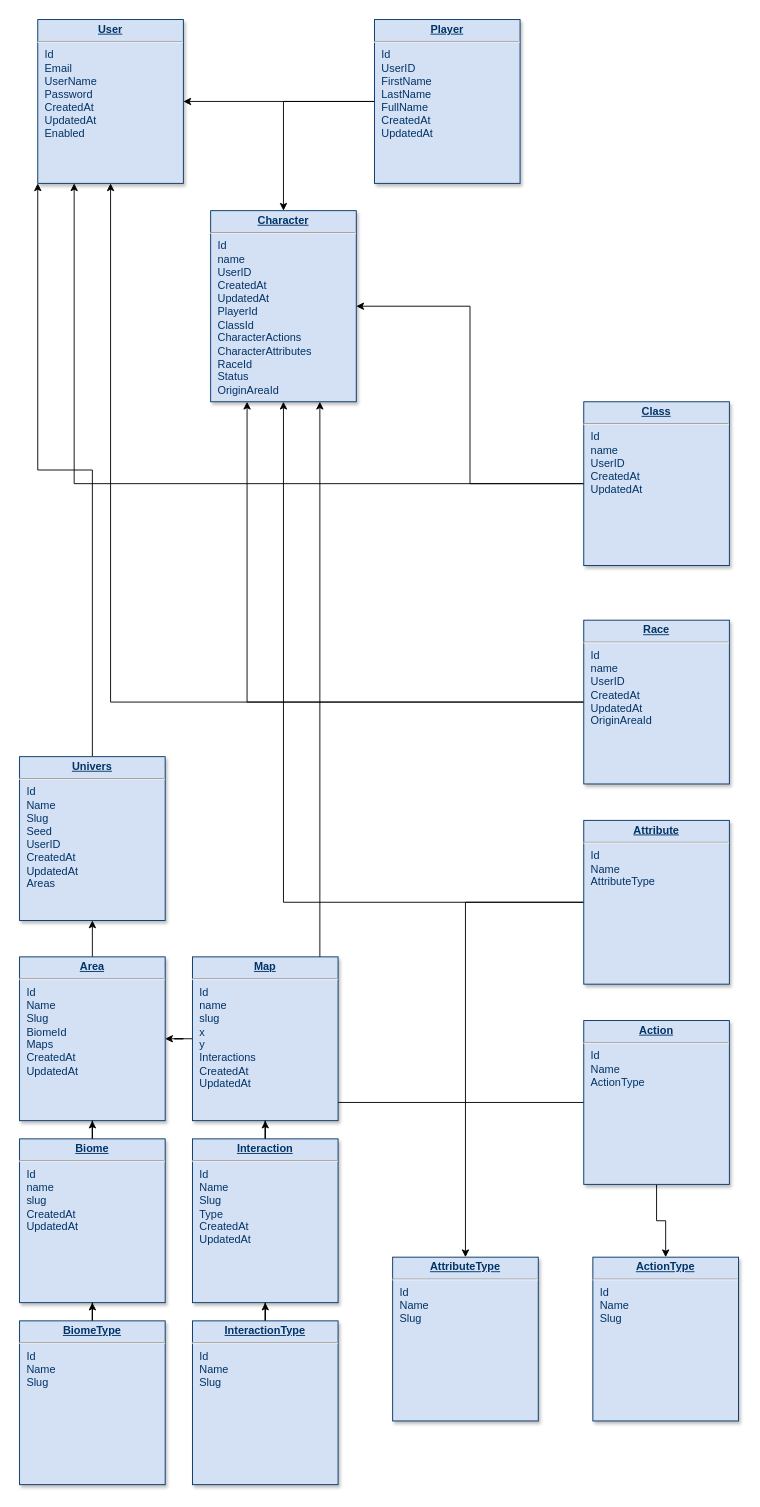
Above: Diagramme Quest Creator.drawio in titouanthd/quest_creator (draw.io), before the change. Source tidied: cells renumbered, new cells numbered last; positions are measured from the earlier drawing's top-left corner, leaving out a move shared by most shapes. Both pictures are drawn from the tidied source at 91%, with x=0, y=0 at pixel (19, 19).
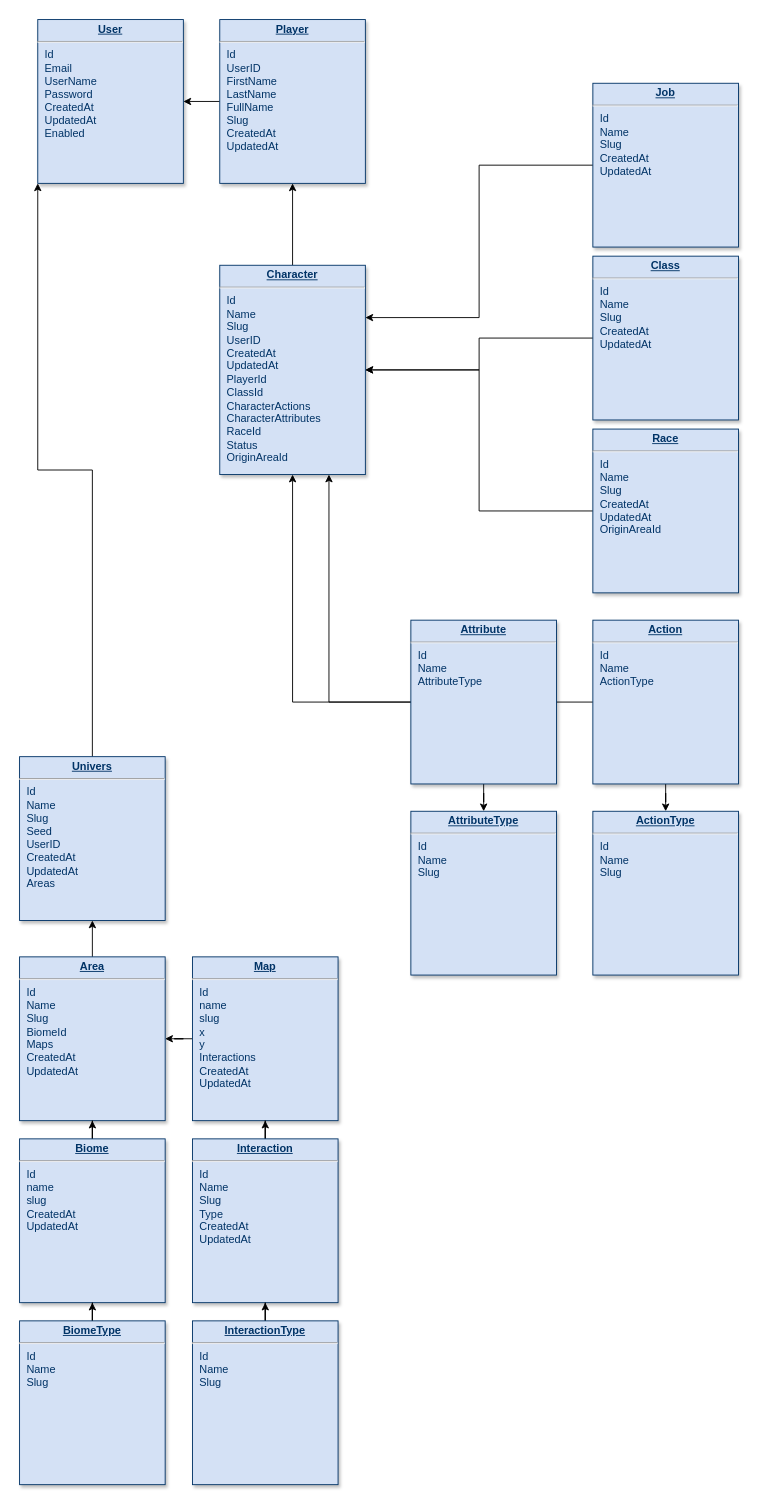
After the change.

Commit message (it also covers changes not shown here):
Mettre à jour Diagramme Quest Creator.drawio

The change refers to these unchanged cells:
```xml
<mxCell id="2" value="&lt;p style=&quot;margin: 0px; margin-top: 4px; text-align: center; text-decoration: underline;&quot;&gt;&lt;strong&gt;User&lt;/strong&gt;&lt;/p&gt;&lt;hr&gt;&lt;p style=&quot;margin: 0px; margin-left: 8px;&quot;&gt;Id&lt;/p&gt;&lt;p style=&quot;margin: 0px; margin-left: 8px;&quot;&gt;&lt;span style=&quot;background-color: initial;&quot;&gt;Email&lt;/span&gt;&lt;br&gt;&lt;/p&gt;&lt;p style=&quot;margin: 0px; margin-left: 8px;&quot;&gt;UserName&lt;/p&gt;&lt;p style=&quot;margin: 0px; margin-left: 8px;&quot;&gt;Password&lt;/p&gt;&lt;p style=&quot;margin: 0px; margin-left: 8px;&quot;&gt;CreatedAt&lt;/p&gt;&lt;p style=&quot;margin: 0px; margin-left: 8px;&quot;&gt;UpdatedAt&lt;/p&gt;&lt;p style=&quot;margin: 0px; margin-left: 8px;&quot;&gt;Enabled&lt;/p&gt;" style="verticalAlign=top;align=left;overflow=fill;fontSize=12;fontFamily=Helvetica;html=1;strokeColor=#003366;shadow=1;fillColor=#D4E1F5;fontColor=#003366;" parent="1" vertex="1">
  <mxGeometry x="20" width="160" height="180" as="geometry" />
</mxCell>
```

What changed in the source:
```diff
@@
-    <mxCell id="4" style="edgeStyle=orthogonalEdgeStyle;rounded=0;jettySize=auto;html=1;" parent="1" edge="1" source="5" target="16">
-      <mxGeometry relative="1" as="geometry" />
-    </mxCell>
-    <mxCell id="5" value="&lt;p style=&quot;margin: 0px; margin-top: 4px; text-align: center; text-decoration: underline;&quot;&gt;&lt;b&gt;Player&lt;/b&gt;&lt;/p&gt;&lt;hr&gt;&lt;p style=&quot;margin: 0px; margin-left: 8px;&quot;&gt;&lt;span style=&quot;background-color: initial;&quot;&gt;Id&lt;/span&gt;&lt;br&gt;&lt;/p&gt;&lt;p style=&quot;margin: 0px; margin-left: 8px;&quot;&gt;&lt;span style=&quot;background-color: initial;&quot;&gt;UserID&lt;/span&gt;&lt;/p&gt;&lt;p style=&quot;margin: 0px; margin-left: 8px;&quot;&gt;FirstName&lt;/p&gt;&lt;p style=&quot;margin: 0px; margin-left: 8px;&quot;&gt;LastName&lt;/p&gt;&lt;p style=&quot;margin: 0px; margin-left: 8px;&quot;&gt;FullName&lt;br&gt;&lt;/p&gt;&lt;p style=&quot;margin: 0px; margin-left: 8px;&quot;&gt;CreatedAt&lt;/p&gt;&lt;p style=&quot;margin: 0px; margin-left: 8px;&quot;&gt;UpdatedAt&lt;/p&gt;" style="verticalAlign=top;align=left;overflow=fill;fontSize=12;fontFamily=Helvetica;html=1;strokeColor=#003366;shadow=1;fillColor=#D4E1F5;fontColor=#003366;" parent="1" vertex="1">
-      <mxGeometry x="390" width="160" height="180" as="geometry" />
+    <mxCell id="5" value="&lt;p style=&quot;margin: 0px; margin-top: 4px; text-align: center; text-decoration: underline;&quot;&gt;&lt;b&gt;Player&lt;/b&gt;&lt;/p&gt;&lt;hr&gt;&lt;p style=&quot;margin: 0px; margin-left: 8px;&quot;&gt;&lt;span style=&quot;background-color: initial;&quot;&gt;Id&lt;/span&gt;&lt;br&gt;&lt;/p&gt;&lt;p style=&quot;margin: 0px; margin-left: 8px;&quot;&gt;&lt;span style=&quot;background-color: initial;&quot;&gt;UserID&lt;/span&gt;&lt;/p&gt;&lt;p style=&quot;margin: 0px; margin-left: 8px;&quot;&gt;FirstName&lt;/p&gt;&lt;p style=&quot;margin: 0px; margin-left: 8px;&quot;&gt;LastName&lt;/p&gt;&lt;p style=&quot;margin: 0px; margin-left: 8px;&quot;&gt;FullName&lt;br&gt;&lt;/p&gt;&lt;p style=&quot;margin: 0px; margin-left: 8px;&quot;&gt;Slug&lt;/p&gt;&lt;p style=&quot;margin: 0px; margin-left: 8px;&quot;&gt;CreatedAt&lt;/p&gt;&lt;p style=&quot;margin: 0px; margin-left: 8px;&quot;&gt;UpdatedAt&lt;/p&gt;" style="verticalAlign=top;align=left;overflow=fill;fontSize=12;fontFamily=Helvetica;html=1;strokeColor=#003366;shadow=1;fillColor=#D4E1F5;fontColor=#003366;" parent="1" vertex="1">
+      <mxGeometry x="220" width="160" height="180" as="geometry" />
     </mxCell>
-    <mxCell id="6" style="edgeStyle=orthogonalEdgeStyle;rounded=0;jettySize=auto;html=1;" parent="1" edge="1" source="8" target="2">
-      <mxGeometry relative="1" as="geometry" />
-    </mxCell>
-    <mxCell id="7" style="edgeStyle=orthogonalEdgeStyle;rounded=0;jettySize=auto;html=1;entryX=0.25;entryY=1;entryDx=0;entryDy=0;" parent="1" edge="1" source="8" target="16">
+    <mxCell id="7" style="edgeStyle=orthogonalEdgeStyle;rounded=0;jettySize=auto;html=1;entryX=1;entryY=0.5;entryDx=0;entryDy=0;" parent="1" edge="1" source="8" target="16">
       <mxGeometry relative="1" as="geometry" />
     </mxCell>
-    <mxCell id="8" value="&lt;p style=&quot;margin: 0px; margin-top: 4px; text-align: center; text-decoration: underline;&quot;&gt;&lt;b&gt;Race&lt;/b&gt;&lt;/p&gt;&lt;hr&gt;&lt;p style=&quot;margin: 0px; margin-left: 8px;&quot;&gt;&lt;span style=&quot;background-color: initial;&quot;&gt;Id&lt;/span&gt;&lt;br&gt;&lt;/p&gt;&lt;p style=&quot;margin: 0px; margin-left: 8px;&quot;&gt;&lt;span style=&quot;background-color: initial;&quot;&gt;name&lt;/span&gt;&lt;/p&gt;&lt;p style=&quot;margin: 0px; margin-left: 8px;&quot;&gt;&lt;span style=&quot;background-color: initial;&quot;&gt;UserID&lt;/span&gt;&lt;/p&gt;&lt;p style=&quot;margin: 0px; margin-left: 8px;&quot;&gt;CreatedAt&lt;/p&gt;&lt;p style=&quot;margin: 0px; margin-left: 8px;&quot;&gt;UpdatedAt&lt;br&gt;OriginAreaId&lt;br&gt;&lt;br&gt;&lt;/p&gt;" style="verticalAlign=top;align=left;overflow=fill;fontSize=12;fontFamily=Helvetica;html=1;strokeColor=#003366;shadow=1;fillColor=#D4E1F5;fontColor=#003366;" parent="1" vertex="1">
-      <mxGeometry x="620" y="660" width="160" height="180" as="geometry" />
+    <mxCell id="8" value="&lt;p style=&quot;margin: 0px; margin-top: 4px; text-align: center; text-decoration: underline;&quot;&gt;&lt;b&gt;Race&lt;/b&gt;&lt;/p&gt;&lt;hr&gt;&lt;p style=&quot;margin: 0px; margin-left: 8px;&quot;&gt;&lt;span style=&quot;background-color: initial;&quot;&gt;Id&lt;/span&gt;&lt;br&gt;&lt;/p&gt;&lt;p style=&quot;margin: 0px; margin-left: 8px;&quot;&gt;&lt;span style=&quot;background-color: initial;&quot;&gt;Name&lt;/span&gt;&lt;/p&gt;&lt;p style=&quot;margin: 0px; margin-left: 8px;&quot;&gt;&lt;span style=&quot;background-color: initial;&quot;&gt;Slug&lt;/span&gt;&lt;/p&gt;&lt;p style=&quot;margin: 0px; margin-left: 8px;&quot;&gt;CreatedAt&lt;/p&gt;&lt;p style=&quot;margin: 0px; margin-left: 8px;&quot;&gt;UpdatedAt&lt;br&gt;OriginAreaId&lt;br&gt;&lt;br&gt;&lt;/p&gt;" style="verticalAlign=top;align=left;overflow=fill;fontSize=12;fontFamily=Helvetica;html=1;strokeColor=#003366;shadow=1;fillColor=#D4E1F5;fontColor=#003366;" parent="1" vertex="1">
+      <mxGeometry x="630" y="450" width="160" height="180" as="geometry" />
     </mxCell>
-    <mxCell id="9" style="edgeStyle=orthogonalEdgeStyle;rounded=0;jettySize=auto;html=1;entryX=0.25;entryY=1;entryDx=0;entryDy=0;" parent="1" edge="1" source="11" target="2">
-      <mxGeometry relative="1" as="geometry" />
-    </mxCell>
@@
-    <mxCell id="11" value="&lt;p style=&quot;margin: 0px; margin-top: 4px; text-align: center; text-decoration: underline;&quot;&gt;&lt;b&gt;Class&lt;/b&gt;&lt;/p&gt;&lt;hr&gt;&lt;p style=&quot;margin: 0px; margin-left: 8px;&quot;&gt;&lt;span style=&quot;background-color: initial;&quot;&gt;Id&lt;/span&gt;&lt;br&gt;&lt;/p&gt;&lt;p style=&quot;margin: 0px; margin-left: 8px;&quot;&gt;&lt;span style=&quot;background-color: initial;&quot;&gt;name&lt;/span&gt;&lt;/p&gt;&lt;p style=&quot;margin: 0px; margin-left: 8px;&quot;&gt;&lt;span style=&quot;background-color: initial;&quot;&gt;UserID&lt;/span&gt;&lt;/p&gt;&lt;p style=&quot;margin: 0px; margin-left: 8px;&quot;&gt;CreatedAt&lt;/p&gt;&lt;p style=&quot;margin: 0px; margin-left: 8px;&quot;&gt;UpdatedAt&lt;/p&gt;" style="verticalAlign=top;align=left;overflow=fill;fontSize=12;fontFamily=Helvetica;html=1;strokeColor=#003366;shadow=1;fillColor=#D4E1F5;fontColor=#003366;" parent="1" vertex="1">
-      <mxGeometry x="620" y="420" width="160" height="180" as="geometry" />
+    <mxCell id="11" value="&lt;p style=&quot;margin: 0px; margin-top: 4px; text-align: center; text-decoration: underline;&quot;&gt;&lt;b&gt;Class&lt;/b&gt;&lt;/p&gt;&lt;hr&gt;&lt;p style=&quot;margin: 0px; margin-left: 8px;&quot;&gt;&lt;span style=&quot;background-color: initial;&quot;&gt;Id&lt;/span&gt;&lt;br&gt;&lt;/p&gt;&lt;p style=&quot;margin: 0px; margin-left: 8px;&quot;&gt;&lt;span style=&quot;background-color: initial;&quot;&gt;Name&lt;/span&gt;&lt;/p&gt;&lt;p style=&quot;margin: 0px; margin-left: 8px;&quot;&gt;&lt;span style=&quot;background-color: initial;&quot;&gt;Slug&lt;/span&gt;&lt;/p&gt;&lt;p style=&quot;margin: 0px; margin-left: 8px;&quot;&gt;CreatedAt&lt;/p&gt;&lt;p style=&quot;margin: 0px; margin-left: 8px;&quot;&gt;UpdatedAt&lt;/p&gt;" style="verticalAlign=top;align=left;overflow=fill;fontSize=12;fontFamily=Helvetica;html=1;strokeColor=#003366;shadow=1;fillColor=#D4E1F5;fontColor=#003366;" parent="1" vertex="1">
+      <mxGeometry x="630" y="260" width="160" height="180" as="geometry" />
     </mxCell>
@@
+    <mxCell id="35" style="edgeStyle=orthogonalEdgeStyle;rounded=0;jettySize=auto;html=1;entryX=0.5;entryY=1;entryDx=0;entryDy=0;" parent="1" edge="1" source="16" target="5">
+      <mxGeometry relative="1" as="geometry" />
+    </mxCell>
-    <mxCell id="16" value="&lt;p style=&quot;margin: 0px; margin-top: 4px; text-align: center; text-decoration: underline;&quot;&gt;&lt;b&gt;Character&lt;/b&gt;&lt;/p&gt;&lt;hr&gt;&lt;p style=&quot;margin: 0px; margin-left: 8px;&quot;&gt;&lt;span style=&quot;background-color: initial;&quot;&gt;Id&lt;/span&gt;&lt;br&gt;&lt;/p&gt;&lt;p style=&quot;margin: 0px; margin-left: 8px;&quot;&gt;&lt;span style=&quot;background-color: initial;&quot;&gt;name&lt;/span&gt;&lt;/p&gt;&lt;p style=&quot;margin: 0px; margin-left: 8px;&quot;&gt;&lt;span style=&quot;background-color: initial;&quot;&gt;UserID&lt;/span&gt;&lt;/p&gt;&lt;p style=&quot;margin: 0px; margin-left: 8px;&quot;&gt;CreatedAt&lt;/p&gt;&lt;p style=&quot;margin: 0px; margin-left: 8px;&quot;&gt;UpdatedAt&lt;br&gt;PlayerId&lt;br&gt;ClassId&lt;br&gt;CharacterActions&lt;br&gt;CharacterAttributes&lt;br&gt;RaceId&lt;br&gt;Status&lt;br&gt;OriginAreaId&lt;/p&gt;" style="verticalAlign=top;align=left;overflow=fill;fontSize=12;fontFamily=Helvetica;html=1;strokeColor=#003366;shadow=1;fillColor=#D4E1F5;fontColor=#003366;" parent="1" vertex="1">
-      <mxGeometry x="210" y="210" width="160" height="210" as="geometry" />
+    <mxCell id="16" value="&lt;p style=&quot;margin: 0px; margin-top: 4px; text-align: center; text-decoration: underline;&quot;&gt;&lt;b&gt;Character&lt;/b&gt;&lt;/p&gt;&lt;hr&gt;&lt;p style=&quot;margin: 0px; margin-left: 8px;&quot;&gt;&lt;span style=&quot;background-color: initial;&quot;&gt;Id&lt;/span&gt;&lt;br&gt;&lt;/p&gt;&lt;p style=&quot;margin: 0px; margin-left: 8px;&quot;&gt;&lt;span style=&quot;background-color: initial;&quot;&gt;Name&lt;/span&gt;&lt;/p&gt;&lt;p style=&quot;margin: 0px; margin-left: 8px;&quot;&gt;&lt;span style=&quot;background-color: initial;&quot;&gt;Slug&lt;/span&gt;&lt;/p&gt;&lt;p style=&quot;margin: 0px; margin-left: 8px;&quot;&gt;&lt;span style=&quot;background-color: initial;&quot;&gt;UserID&lt;/span&gt;&lt;/p&gt;&lt;p style=&quot;margin: 0px; margin-left: 8px;&quot;&gt;CreatedAt&lt;/p&gt;&lt;p style=&quot;margin: 0px; margin-left: 8px;&quot;&gt;UpdatedAt&lt;br&gt;PlayerId&lt;br&gt;ClassId&lt;br&gt;CharacterActions&lt;br&gt;CharacterAttributes&lt;br&gt;RaceId&lt;br&gt;Status&lt;br&gt;OriginAreaId&lt;/p&gt;" style="verticalAlign=top;align=left;overflow=fill;fontSize=12;fontFamily=Helvetica;html=1;strokeColor=#003366;shadow=1;fillColor=#D4E1F5;fontColor=#003366;" parent="1" vertex="1">
+      <mxGeometry x="220" y="270" width="160" height="230" as="geometry" />
     </mxCell>
@@
     <mxCell id="19" value="&lt;p style=&quot;margin: 0px; margin-top: 4px; text-align: center; text-decoration: underline;&quot;&gt;&lt;b&gt;Action&lt;/b&gt;&lt;/p&gt;&lt;hr&gt;&lt;p style=&quot;margin: 0px; margin-left: 8px;&quot;&gt;&lt;span style=&quot;background-color: initial;&quot;&gt;Id&lt;br&gt;Name&lt;br&gt;ActionType&lt;/span&gt;&lt;/p&gt;" style="verticalAlign=top;align=left;overflow=fill;fontSize=12;fontFamily=Helvetica;html=1;strokeColor=#003366;shadow=1;fillColor=#D4E1F5;fontColor=#003366;" parent="1" vertex="1">
-      <mxGeometry x="620" y="1100" width="160" height="180" as="geometry" />
+      <mxGeometry x="630" y="660" width="160" height="180" as="geometry" />
     </mxCell>
@@
     <mxCell id="22" value="&lt;p style=&quot;margin: 0px; margin-top: 4px; text-align: center; text-decoration: underline;&quot;&gt;&lt;b&gt;Attribute&lt;/b&gt;&lt;/p&gt;&lt;hr&gt;&lt;p style=&quot;margin: 0px; margin-left: 8px;&quot;&gt;&lt;span style=&quot;background-color: initial;&quot;&gt;Id&lt;/span&gt;&lt;/p&gt;&lt;p style=&quot;margin: 0px; margin-left: 8px;&quot;&gt;&lt;span style=&quot;background-color: initial;&quot;&gt;Name&lt;/span&gt;&lt;/p&gt;&lt;p style=&quot;margin: 0px; margin-left: 8px;&quot;&gt;&lt;span style=&quot;background-color: initial;&quot;&gt;AttributeType&lt;/span&gt;&lt;/p&gt;" style="verticalAlign=top;align=left;overflow=fill;fontSize=12;fontFamily=Helvetica;html=1;strokeColor=#003366;shadow=1;fillColor=#D4E1F5;fontColor=#003366;" parent="1" vertex="1">
-      <mxGeometry x="620" y="880" width="160" height="180" as="geometry" />
+      <mxGeometry x="430" y="660" width="160" height="180" as="geometry" />
     </mxCell>
     <mxCell id="23" value="&lt;p style=&quot;margin: 0px; margin-top: 4px; text-align: center; text-decoration: underline;&quot;&gt;&lt;b&gt;AttributeType&lt;/b&gt;&lt;/p&gt;&lt;hr&gt;&lt;p style=&quot;margin: 0px; margin-left: 8px;&quot;&gt;&lt;span style=&quot;background-color: initial;&quot;&gt;Id&lt;/span&gt;&lt;/p&gt;&lt;p style=&quot;margin: 0px; margin-left: 8px;&quot;&gt;&lt;span style=&quot;background-color: initial;&quot;&gt;Name&lt;/span&gt;&lt;/p&gt;&lt;p style=&quot;margin: 0px; margin-left: 8px;&quot;&gt;&lt;span style=&quot;background-color: initial;&quot;&gt;Slug&lt;/span&gt;&lt;/p&gt;" style="verticalAlign=top;align=left;overflow=fill;fontSize=12;fontFamily=Helvetica;html=1;strokeColor=#003366;shadow=1;fillColor=#D4E1F5;fontColor=#003366;" parent="1" vertex="1">
-      <mxGeometry x="410" y="1360" width="160" height="180" as="geometry" />
+      <mxGeometry x="430" y="870" width="160" height="180" as="geometry" />
     </mxCell>
     <mxCell id="24" value="&lt;p style=&quot;margin: 0px; margin-top: 4px; text-align: center; text-decoration: underline;&quot;&gt;&lt;b&gt;ActionType&lt;/b&gt;&lt;/p&gt;&lt;hr&gt;&lt;p style=&quot;margin: 0px; margin-left: 8px;&quot;&gt;&lt;span style=&quot;background-color: initial;&quot;&gt;Id&lt;br&gt;Name&lt;br&gt;&lt;/span&gt;&lt;/p&gt;&lt;p style=&quot;margin: 0px; margin-left: 8px;&quot;&gt;&lt;span style=&quot;background-color: initial;&quot;&gt;Slug&lt;/span&gt;&lt;/p&gt;" style="verticalAlign=top;align=left;overflow=fill;fontSize=12;fontFamily=Helvetica;html=1;strokeColor=#003366;shadow=1;fillColor=#D4E1F5;fontColor=#003366;" parent="1" vertex="1">
-      <mxGeometry x="630" y="1360" width="160" height="180" as="geometry" />
+      <mxGeometry x="630" y="870" width="160" height="180" as="geometry" />
     </mxCell>
@@
+    <mxCell id="36" style="edgeStyle=orthogonalEdgeStyle;rounded=0;jettySize=auto;html=1;entryX=1;entryY=0.25;entryDx=0;entryDy=0;" parent="1" edge="1" source="37" target="16">
+      <mxGeometry relative="1" as="geometry" />
+    </mxCell>
+    <mxCell id="37" value="&lt;p style=&quot;margin: 0px; margin-top: 4px; text-align: center; text-decoration: underline;&quot;&gt;&lt;b&gt;Job&lt;/b&gt;&lt;/p&gt;&lt;hr&gt;&lt;p style=&quot;margin: 0px; margin-left: 8px;&quot;&gt;&lt;span style=&quot;background-color: initial;&quot;&gt;Id&lt;/span&gt;&lt;br&gt;&lt;/p&gt;&lt;p style=&quot;margin: 0px; margin-left: 8px;&quot;&gt;&lt;span style=&quot;background-color: initial;&quot;&gt;Name&lt;/span&gt;&lt;/p&gt;&lt;p style=&quot;margin: 0px; margin-left: 8px;&quot;&gt;&lt;span style=&quot;background-color: initial;&quot;&gt;Slug&lt;/span&gt;&lt;/p&gt;&lt;p style=&quot;margin: 0px; margin-left: 8px;&quot;&gt;CreatedAt&lt;/p&gt;&lt;p style=&quot;margin: 0px; margin-left: 8px;&quot;&gt;UpdatedAt&lt;/p&gt;" style="verticalAlign=top;align=left;overflow=fill;fontSize=12;fontFamily=Helvetica;html=1;strokeColor=#003366;shadow=1;fillColor=#D4E1F5;fontColor=#003366;" parent="1" vertex="1">
+      <mxGeometry x="630" y="70" width="160" height="180" as="geometry" />
+    </mxCell>
```
